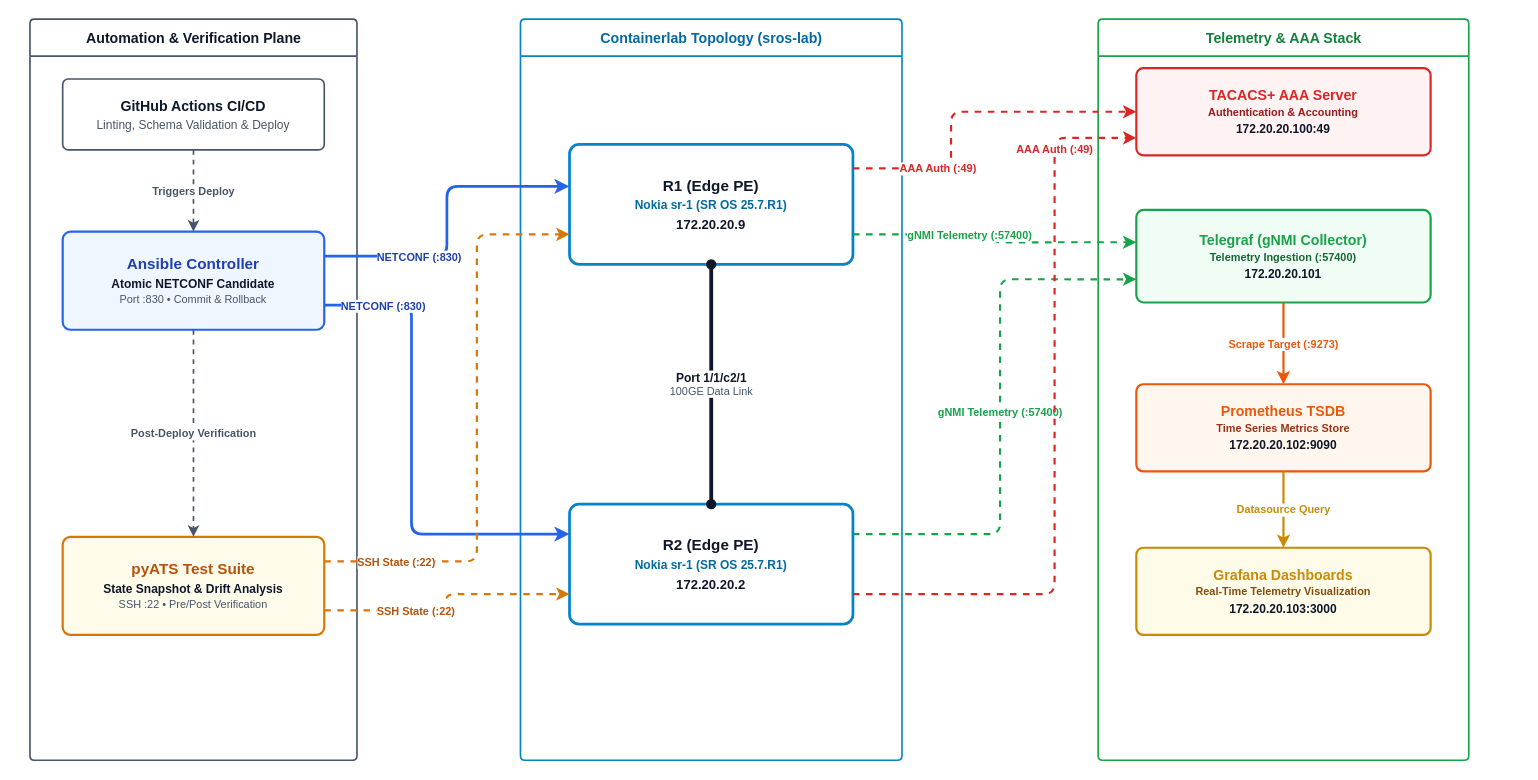
dennis-3/sros-automation-starter keeps this draw.io diagram as docs/architecture.drawio. Above is the earlier version. Source tidied: cells renumbered, new cells numbered last; positions are measured from the earlier drawing's top-left corner, leaving out a move shared by most shapes. Both pictures are drawn from the tidied source at 109%, with x=0, y=0 at pixel (29, 19).
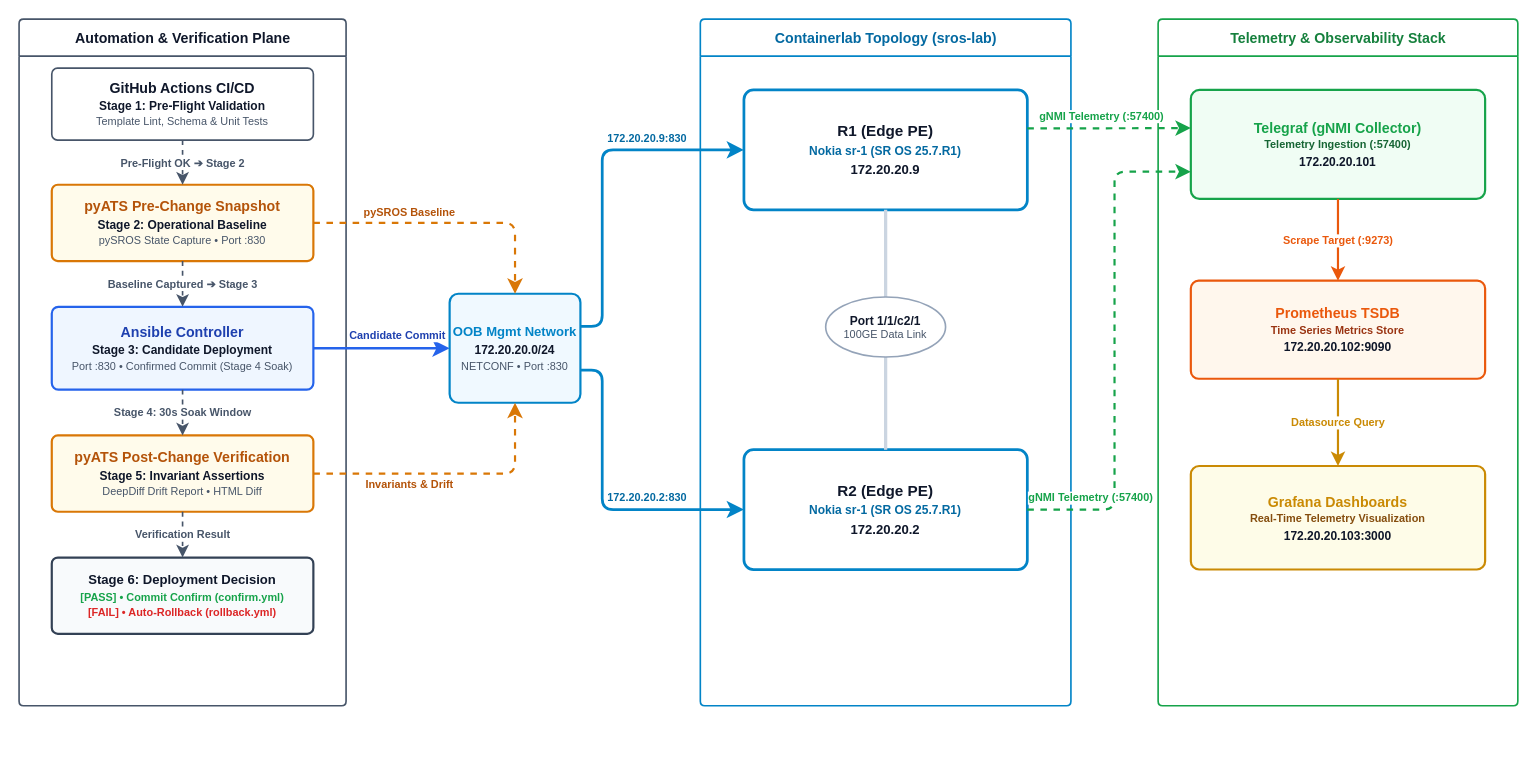
Above is the later version.

The edit, as a diff of the source:
```diff
@@
     <mxCell id="2" value="Automation &amp;amp; Verification Plane" style="swimlane;startSize=34;fillColor=none;strokeColor=#475569;strokeWidth=1.5;fontStyle=1;fontSize=13;fontColor=#0F172A;rounded=1;arcSize=4;html=1;" parent="1" vertex="1">
-      <mxGeometry width="300" height="680" as="geometry" />
+      <mxGeometry x="-10" width="300" height="630" as="geometry" />
     </mxCell>
-    <mxCell id="3" value="&lt;div style=&quot;font-weight:bold;font-size:13px;color:#0F172A;&quot;&gt;GitHub Actions CI/CD&lt;/div&gt;&lt;div style=&quot;font-size:11px;color:#475569;margin-top:3px;&quot;&gt;Linting, Schema Validation &amp;amp; Deploy&lt;/div&gt;" style="rounded=1;whiteSpace=wrap;html=1;fillColor=#FFFFFF;strokeColor=#475569;strokeWidth=1.5;fontColor=#0F172A;arcSize=8;" parent="2" vertex="1">
-      <mxGeometry x="30" y="55" width="240" height="65" as="geometry" />
+    <mxCell id="3" value="&lt;div style=&quot;font-weight:bold;font-size:13px;color:#0F172A;&quot;&gt;GitHub Actions CI/CD&lt;/div&gt;&lt;div style=&quot;font-size:11px;font-weight:600;color:#0F172A;margin-top:2px;&quot;&gt;Stage 1: Pre-Flight Validation&lt;/div&gt;&lt;div style=&quot;font-size:10px;color:#475569;margin-top:2px;&quot;&gt;Template Lint, Schema &amp;amp; Unit Tests&lt;/div&gt;" style="rounded=1;whiteSpace=wrap;html=1;fillColor=#FFFFFF;strokeColor=#475569;strokeWidth=1.5;fontColor=#0F172A;arcSize=8;" parent="2" vertex="1">
+      <mxGeometry x="30" y="45" width="240" height="66" as="geometry" />
     </mxCell>
+    <mxCell id="27" value="&lt;div style=&quot;font-weight:bold;font-size:13px;color:#B45309;&quot;&gt;pyATS Pre-Change Snapshot&lt;/div&gt;&lt;div style=&quot;font-size:11px;font-weight:600;color:#0F172A;margin-top:2px;&quot;&gt;Stage 2: Operational Baseline&lt;/div&gt;&lt;div style=&quot;font-size:10px;color:#475569;margin-top:2px;&quot;&gt;pySROS State Capture &amp;bull; Port :830&lt;/div&gt;" style="rounded=1;whiteSpace=wrap;html=1;fillColor=#FFFBEB;strokeColor=#D97706;strokeWidth=2;fontColor=#0F172A;arcSize=8;" parent="2" vertex="1">
+      <mxGeometry x="30" y="152" width="240" height="70" as="geometry" />
+    </mxCell>
-    <mxCell id="4" value="&lt;div style=&quot;font-weight:bold;font-size:14px;color:#1E40AF;&quot;&gt;Ansible Controller&lt;/div&gt;&lt;div style=&quot;font-size:11px;font-weight:600;color:#0F172A;margin-top:3px;&quot;&gt;Atomic NETCONF Candidate&lt;/div&gt;&lt;div style=&quot;font-size:10px;color:#475569;margin-top:2px;&quot;&gt;Port :830 &amp;bull; Commit &amp;amp; Rollback&lt;/div&gt;" style="rounded=1;whiteSpace=wrap;html=1;fillColor=#EFF6FF;strokeColor=#2563EB;strokeWidth=2;fontColor=#0F172A;arcSize=8;" parent="2" vertex="1">
-      <mxGeometry x="30" y="195" width="240" height="90" as="geometry" />
+    <mxCell id="4" value="&lt;div style=&quot;font-weight:bold;font-size:13px;color:#1E40AF;&quot;&gt;Ansible Controller&lt;/div&gt;&lt;div style=&quot;font-size:11px;font-weight:600;color:#0F172A;margin-top:2px;&quot;&gt;Stage 3: Candidate Deployment&lt;/div&gt;&lt;div style=&quot;font-size:10px;color:#475569;margin-top:2px;&quot;&gt;Port :830 &amp;bull; Confirmed Commit (Stage 4 Soak)&lt;/div&gt;" style="rounded=1;whiteSpace=wrap;html=1;fillColor=#EFF6FF;strokeColor=#2563EB;strokeWidth=2;fontColor=#0F172A;arcSize=8;" parent="2" vertex="1">
+      <mxGeometry x="30" y="264" width="240" height="76" as="geometry" />
     </mxCell>
-    <mxCell id="5" value="&lt;div style=&quot;font-weight:bold;font-size:14px;color:#B45309;&quot;&gt;pyATS Test Suite&lt;/div&gt;&lt;div style=&quot;font-size:11px;font-weight:600;color:#0F172A;margin-top:3px;&quot;&gt;State Snapshot &amp;amp; Drift Analysis&lt;/div&gt;&lt;div style=&quot;font-size:10px;color:#475569;margin-top:2px;&quot;&gt;SSH :22 &amp;bull; Pre/Post Verification&lt;/div&gt;" style="rounded=1;whiteSpace=wrap;html=1;fillColor=#FFFBEB;strokeColor=#D97706;strokeWidth=2;fontColor=#0F172A;arcSize=8;" parent="2" vertex="1">
-      <mxGeometry x="30" y="475" width="240" height="90" as="geometry" />
-    </mxCell>
-    <mxCell id="6" value="Triggers Deploy" style="edgeStyle=orthogonalEdgeStyle;rounded=1;strokeWidth=1.5;strokeColor=#475569;dashed=1;fontColor=#475569;fontSize=10;fontStyle=1;html=1;" parent="2" edge="1" source="3" target="4">
-      <mxGeometry relative="1" as="geometry" />
-    </mxCell>
-    <mxCell id="7" value="Post-Deploy Verification" style="edgeStyle=orthogonalEdgeStyle;rounded=1;strokeWidth=1.5;strokeColor=#475569;dashed=1;fontColor=#475569;fontSize=10;fontStyle=1;html=1;" parent="2" edge="1" source="4" target="5">
-      <mxGeometry relative="1" as="geometry" />
-    </mxCell>
+    <mxCell id="28" value="&lt;div style=&quot;font-weight:bold;font-size:13px;color:#B45309;&quot;&gt;pyATS Post-Change Verification&lt;/div&gt;&lt;div style=&quot;font-size:11px;font-weight:600;color:#0F172A;margin-top:2px;&quot;&gt;Stage 5: Invariant Assertions&lt;/div&gt;&lt;div style=&quot;font-size:10px;color:#475569;margin-top:2px;&quot;&gt;DeepDiff Drift Report &amp;bull; HTML Diff&lt;/div&gt;" style="rounded=1;whiteSpace=wrap;html=1;fillColor=#FFFBEB;strokeColor=#D97706;strokeWidth=2;fontColor=#0F172A;arcSize=8;" parent="2" vertex="1">
+      <mxGeometry x="30" y="382" width="240" height="70" as="geometry" />
+    </mxCell>
+    <mxCell id="29" value="&lt;div style=&quot;font-weight:bold;font-size:12px;color:#0F172A;&quot;&gt;Stage 6: Deployment Decision&lt;/div&gt;&lt;div style=&quot;font-size:10px;font-weight:600;color:#16A34A;margin-top:3px;&quot;&gt;[PASS] &amp;bull; Commit Confirm (confirm.yml)&lt;/div&gt;&lt;div style=&quot;font-size:10px;font-weight:600;color:#DC2626;margin-top:2px;&quot;&gt;[FAIL] &amp;bull; Auto-Rollback (rollback.yml)&lt;/div&gt;" style="rounded=1;whiteSpace=wrap;html=1;fillColor=#F8FAFC;strokeColor=#334155;strokeWidth=2;fontColor=#0F172A;arcSize=8;" parent="2" vertex="1">
+      <mxGeometry x="30" y="494" width="240" height="70" as="geometry" />
+    </mxCell>
+    <mxCell id="30" value="Pre-Flight OK ➔ Stage 2" style="edgeStyle=orthogonalEdgeStyle;rounded=1;strokeWidth=1.5;strokeColor=#475569;dashed=1;fontColor=#475569;fontSize=10;fontStyle=1;labelBackgroundColor=#ffffff;endArrow=classic;endFill=1;endSize=7;html=1;" parent="2" edge="1" source="3" target="27">
+      <mxGeometry relative="1" as="geometry" />
+    </mxCell>
+    <mxCell id="31" value="Baseline Captured ➔ Stage 3" style="edgeStyle=orthogonalEdgeStyle;rounded=1;strokeWidth=1.5;strokeColor=#475569;dashed=1;fontColor=#475569;fontSize=10;fontStyle=1;labelBackgroundColor=#ffffff;endArrow=classic;endFill=1;endSize=7;html=1;" parent="2" edge="1" source="27" target="4">
+      <mxGeometry relative="1" as="geometry" />
+    </mxCell>
+    <mxCell id="32" value="Stage 4: 30s Soak Window" style="edgeStyle=orthogonalEdgeStyle;rounded=1;strokeWidth=1.5;strokeColor=#475569;dashed=1;fontColor=#475569;fontSize=10;fontStyle=1;labelBackgroundColor=#ffffff;endArrow=classic;endFill=1;endSize=7;html=1;" parent="2" edge="1" source="4" target="28">
+      <mxGeometry relative="1" as="geometry" />
+    </mxCell>
+    <mxCell id="33" value="Verification Result" style="edgeStyle=orthogonalEdgeStyle;rounded=1;strokeWidth=1.5;strokeColor=#475569;dashed=1;fontColor=#475569;fontSize=10;fontStyle=1;labelBackgroundColor=#ffffff;endArrow=classic;endFill=1;endSize=7;html=1;" parent="2" edge="1" source="28" target="29">
+      <mxGeometry relative="1" as="geometry" />
+    </mxCell>
+    <mxCell id="34" value="&lt;div style=&quot;font-weight:bold;font-size:12px;color:#0284C7;&quot;&gt;OOB Mgmt Network&lt;/div&gt;&lt;div style=&quot;font-size:11px;font-weight:600;color:#0F172A;margin-top:3px;&quot;&gt;172.20.20.0/24&lt;/div&gt;&lt;div style=&quot;font-size:10px;color:#475569;margin-top:2px;&quot;&gt;NETCONF &amp;bull; Port :830&lt;/div&gt;" style="rounded=1;whiteSpace=wrap;html=1;fillColor=#F0F9FF;strokeColor=#0284C7;strokeWidth=2;fontColor=#0F172A;arcSize=8;" parent="1" vertex="1">
+      <mxGeometry x="385" y="252" width="120" height="100" as="geometry" />
+    </mxCell>
+    <mxCell id="35" value="pySROS Baseline" style="edgeStyle=orthogonalEdgeStyle;dashed=1;rounded=1;strokeWidth=2;strokeColor=#D97706;fontColor=#B45309;fontSize=10;fontStyle=1;labelBackgroundColor=#ffffff;endArrow=classic;endFill=1;endSize=8;exitX=1;exitY=0.5;exitDx=0;exitDy=0;entryX=0.5;entryY=0;entryDx=0;entryDy=0;html=1;" parent="1" edge="1" source="27" target="34">
+      <mxGeometry x="-0.3" relative="1" as="geometry">
+        <Array as="points">
+          <mxPoint x="445" y="187" />
+        </Array>
+        <mxPoint y="-10" as="offset" />
+      </mxGeometry>
+    </mxCell>
+    <mxCell id="36" value="Candidate Commit" style="edgeStyle=orthogonalEdgeStyle;rounded=1;strokeWidth=2.5;strokeColor=#2563EB;fontColor=#1E40AF;fontSize=10;fontStyle=1;labelBackgroundColor=#ffffff;endArrow=classic;endFill=1;endSize=8;exitX=1;exitY=0.5;exitDx=0;exitDy=0;entryX=0;entryY=0.5;entryDx=0;entryDy=0;html=1;" parent="1" edge="1" source="4" target="34">
+      <mxGeometry x="0.23" relative="1" as="geometry">
+        <mxPoint y="-12" as="offset" />
+      </mxGeometry>
+    </mxCell>
+    <mxCell id="37" value="Invariants &amp;amp; Drift" style="edgeStyle=orthogonalEdgeStyle;dashed=1;rounded=1;strokeWidth=2;strokeColor=#D97706;fontColor=#B45309;fontSize=10;fontStyle=1;labelBackgroundColor=#ffffff;endArrow=classic;endFill=1;endSize=8;exitX=1;exitY=0.5;exitDx=0;exitDy=0;entryX=0.5;entryY=1;entryDx=0;entryDy=0;html=1;" parent="1" edge="1" source="28" target="34">
+      <mxGeometry x="-0.3" relative="1" as="geometry">
+        <Array as="points">
+          <mxPoint x="445" y="417" />
+        </Array>
+        <mxPoint y="10" as="offset" />
+      </mxGeometry>
+    </mxCell>
+    <mxCell id="38" value="172.20.20.9:830" style="edgeStyle=orthogonalEdgeStyle;rounded=1;strokeWidth=2.5;strokeColor=#0284C7;fontColor=#0369A1;fontSize=10;fontStyle=1;labelBackgroundColor=#ffffff;endArrow=classic;endFill=1;endSize=8;exitX=1;exitY=0.3;exitDx=0;exitDy=0;entryX=0;entryY=0.5;entryDx=0;entryDy=0;html=1;" parent="1" edge="1" source="34" target="9">
+      <mxGeometry x="0.43" relative="1" as="geometry">
+        <Array as="points">
+          <mxPoint x="525" y="282" />
+          <mxPoint x="525" y="120" />
+        </Array>
+        <mxPoint y="-11" as="offset" />
+      </mxGeometry>
+    </mxCell>
+    <mxCell id="39" value="172.20.20.2:830" style="edgeStyle=orthogonalEdgeStyle;rounded=1;strokeWidth=2.5;strokeColor=#0284C7;fontColor=#0369A1;fontSize=10;fontStyle=1;labelBackgroundColor=#ffffff;endArrow=classic;endFill=1;endSize=8;exitX=1;exitY=0.7;exitDx=0;exitDy=0;entryX=0;entryY=0.5;entryDx=0;entryDy=0;html=1;" parent="1" edge="1" source="34" target="10">
+      <mxGeometry x="0.36" relative="1" as="geometry">
+        <Array as="points">
+          <mxPoint x="525" y="322" />
+          <mxPoint x="525" y="450" />
+        </Array>
+        <mxPoint y="-11" as="offset" />
+      </mxGeometry>
+    </mxCell>
     <mxCell id="8" value="Containerlab Topology (sros-lab)" style="swimlane;startSize=34;fillColor=none;strokeColor=#0284C7;strokeWidth=1.5;fontStyle=1;fontSize=13;fontColor=#0369A1;rounded=1;arcSize=4;html=1;" parent="1" vertex="1">
-      <mxGeometry x="450" width="350" height="680" as="geometry" />
+      <mxGeometry x="615" width="340" height="630" as="geometry" />
     </mxCell>
     <mxCell id="9" value="&lt;div style=&quot;font-weight:bold;font-size:14px;color:#0F172A;&quot;&gt;R1 (Edge PE)&lt;/div&gt;&lt;div style=&quot;font-size:11px;font-weight:600;color:#0369A1;margin-top:3px;&quot;&gt;Nokia sr-1 (SR OS 25.7.R1)&lt;/div&gt;&lt;div style=&quot;font-weight:bold;font-size:12px;color:#0F172A;margin-top:4px;&quot;&gt;172.20.20.9&lt;/div&gt;" style="rounded=1;whiteSpace=wrap;html=1;fillColor=#FFFFFF;strokeColor=#0284C7;strokeWidth=2.5;fontColor=#0F172A;arcSize=8;" parent="8" vertex="1">
-      <mxGeometry x="45" y="115" width="260" height="110" as="geometry" />
+      <mxGeometry x="40" y="65" width="260" height="110" as="geometry" />
     </mxCell>
     <mxCell id="10" value="&lt;div style=&quot;font-weight:bold;font-size:14px;color:#0F172A;&quot;&gt;R2 (Edge PE)&lt;/div&gt;&lt;div style=&quot;font-size:11px;font-weight:600;color:#0369A1;margin-top:3px;&quot;&gt;Nokia sr-1 (SR OS 25.7.R1)&lt;/div&gt;&lt;div style=&quot;font-weight:bold;font-size:12px;color:#0F172A;margin-top:4px;&quot;&gt;172.20.20.2&lt;/div&gt;" style="rounded=1;whiteSpace=wrap;html=1;fillColor=#FFFFFF;strokeColor=#0284C7;strokeWidth=2.5;fontColor=#0F172A;arcSize=8;" parent="8" vertex="1">
-      <mxGeometry x="45" y="445" width="260" height="110" as="geometry" />
+      <mxGeometry x="40" y="395" width="260" height="110" as="geometry" />
     </mxCell>
+    <mxCell id="40" style="endArrow=none;html=1;strokeWidth=3;strokeColor=#CBD5E1;exitX=0.5;exitY=1;exitDx=0;exitDy=0;entryX=0.5;entryY=0;entryDx=0;entryDy=0;" parent="8" edge="1" source="9" target="10">
+      <mxGeometry relative="1" as="geometry" />
+    </mxCell>
-    <mxCell id="11" value="&lt;div style=&quot;font-weight:bold;font-size:11px;color:#0F172A;&quot;&gt;Port 1/1/c2/1&lt;/div&gt;&lt;div style=&quot;font-size:10px;color:#475569;&quot;&gt;100GE Data Link&lt;/div&gt;" style="endArrow=oval;startArrow=oval;endFill=1;startFill=1;strokeWidth=3.5;strokeColor=#0F172A;fontColor=#0F172A;html=1;" parent="8" edge="1" source="9" target="10">
-      <mxGeometry relative="1" as="geometry" />
+    <mxCell id="11" value="&lt;div style=&quot;font-weight:bold;font-size:11px;color:#0F172A;&quot;&gt;Port 1/1/c2/1&lt;/div&gt;&lt;div style=&quot;font-size:10px;color:#475569;&quot;&gt;100GE Data Link&lt;/div&gt;" style="shape=ellipse;whiteSpace=wrap;html=1;fillColor=#FFFFFF;strokeColor=#94A3B8;strokeWidth=1.5;fontColor=#0F172A;" parent="8" vertex="1">
+      <mxGeometry x="115" y="255" width="110" height="55" as="geometry" />
     </mxCell>
-    <mxCell id="12" value="Telemetry &amp;amp; AAA Stack" style="swimlane;startSize=34;fillColor=none;strokeColor=#16A34A;strokeWidth=1.5;fontStyle=1;fontSize=13;fontColor=#15803D;rounded=1;arcSize=4;html=1;" parent="1" vertex="1">
-      <mxGeometry x="980" width="340" height="680" as="geometry" />
+    <mxCell id="12" value="Telemetry &amp;amp; Observability Stack" style="swimlane;startSize=34;fillColor=none;strokeColor=#16A34A;strokeWidth=1.5;fontStyle=1;fontSize=13;fontColor=#15803D;rounded=1;arcSize=4;html=1;" parent="1" vertex="1">
+      <mxGeometry x="1035" width="330" height="630" as="geometry" />
     </mxCell>
-    <mxCell id="13" value="&lt;div style=&quot;font-weight:bold;font-size:13px;color:#DC2626;&quot;&gt;TACACS+ AAA Server&lt;/div&gt;&lt;div style=&quot;font-size:10px;font-weight:600;color:#991B1B;margin-top:2px;&quot;&gt;Authentication &amp;amp; Accounting&lt;/div&gt;&lt;div style=&quot;font-weight:bold;font-size:11px;color:#0F172A;margin-top:3px;&quot;&gt;172.20.20.100:49&lt;/div&gt;" style="rounded=1;whiteSpace=wrap;html=1;fillColor=#FEF2F2;strokeColor=#DC2626;strokeWidth=2;fontColor=#0F172A;arcSize=8;" parent="12" vertex="1">
-      <mxGeometry x="35" y="45" width="270" height="80" as="geometry" />
-    </mxCell>
     <mxCell id="14" value="&lt;div style=&quot;font-weight:bold;font-size:13px;color:#16A34A;&quot;&gt;Telegraf (gNMI Collector)&lt;/div&gt;&lt;div style=&quot;font-size:10px;font-weight:600;color:#166534;margin-top:2px;&quot;&gt;Telemetry Ingestion (:57400)&lt;/div&gt;&lt;div style=&quot;font-weight:bold;font-size:11px;color:#0F172A;margin-top:3px;&quot;&gt;172.20.20.101&lt;/div&gt;" style="rounded=1;whiteSpace=wrap;html=1;fillColor=#F0FDF4;strokeColor=#16A34A;strokeWidth=2;fontColor=#0F172A;arcSize=8;" parent="12" vertex="1">
-      <mxGeometry x="35" y="175" width="270" height="85" as="geometry" />
+      <mxGeometry x="30" y="65" width="270" height="100" as="geometry" />
     </mxCell>
     <mxCell id="15" value="&lt;div style=&quot;font-weight:bold;font-size:13px;color:#EA580C;&quot;&gt;Prometheus TSDB&lt;/div&gt;&lt;div style=&quot;font-size:10px;font-weight:600;color:#9A3412;margin-top:2px;&quot;&gt;Time Series Metrics Store&lt;/div&gt;&lt;div style=&quot;font-weight:bold;font-size:11px;color:#0F172A;margin-top:3px;&quot;&gt;172.20.20.102:9090&lt;/div&gt;" style="rounded=1;whiteSpace=wrap;html=1;fillColor=#FFF7ED;strokeColor=#EA580C;strokeWidth=2;fontColor=#0F172A;arcSize=8;" parent="12" vertex="1">
-      <mxGeometry x="35" y="335" width="270" height="80" as="geometry" />
+      <mxGeometry x="30" y="240" width="270" height="90" as="geometry" />
     </mxCell>
     <mxCell id="16" value="&lt;div style=&quot;font-weight:bold;font-size:13px;color:#CA8A04;&quot;&gt;Grafana Dashboards&lt;/div&gt;&lt;div style=&quot;font-size:10px;font-weight:600;color:#854D0E;margin-top:2px;&quot;&gt;Real-Time Telemetry Visualization&lt;/div&gt;&lt;div style=&quot;font-weight:bold;font-size:11px;color:#0F172A;margin-top:3px;&quot;&gt;172.20.20.103:3000&lt;/div&gt;" style="rounded=1;whiteSpace=wrap;html=1;fillColor=#FEFCE8;strokeColor=#CA8A04;strokeWidth=2;fontColor=#0F172A;arcSize=8;" parent="12" vertex="1">
-      <mxGeometry x="35" y="485" width="270" height="80" as="geometry" />
+      <mxGeometry x="30" y="410" width="270" height="95" as="geometry" />
     </mxCell>
-    <mxCell id="17" value="Scrape Target (:9273)" style="edgeStyle=orthogonalEdgeStyle;rounded=1;strokeWidth=2;strokeColor=#EA580C;fontColor=#EA580C;fontSize=10;fontStyle=1;html=1;" parent="12" edge="1" source="14" target="15">
+    <mxCell id="17" value="Scrape Target (:9273)" style="edgeStyle=orthogonalEdgeStyle;rounded=1;strokeWidth=2;strokeColor=#EA580C;fontColor=#EA580C;fontSize=10;fontStyle=1;labelBackgroundColor=#ffffff;endArrow=classic;endFill=1;endSize=7;html=1;" parent="12" edge="1" source="14" target="15">
       <mxGeometry relative="1" as="geometry" />
     </mxCell>
-    <mxCell id="18" value="Datasource Query" style="edgeStyle=orthogonalEdgeStyle;rounded=1;strokeWidth=2;strokeColor=#CA8A04;fontColor=#CA8A04;fontSize=10;fontStyle=1;html=1;" parent="12" edge="1" source="15" target="16">
+    <mxCell id="18" value="Datasource Query" style="edgeStyle=orthogonalEdgeStyle;rounded=1;strokeWidth=2;strokeColor=#CA8A04;fontColor=#CA8A04;fontSize=10;fontStyle=1;labelBackgroundColor=#ffffff;endArrow=classic;endFill=1;endSize=7;html=1;" parent="12" edge="1" source="15" target="16">
       <mxGeometry relative="1" as="geometry" />
     </mxCell>
-    <mxCell id="19" value="NETCONF (:830)" style="edgeStyle=orthogonalEdgeStyle;rounded=1;strokeWidth=2.5;strokeColor=#2563EB;fontColor=#1E40AF;fontSize=10;fontStyle=1;exitX=1;exitY=0.25;exitDx=0;exitDy=0;entryX=0;entryY=0.35;entryDx=0;entryDy=0;html=1;" parent="1" edge="1" source="4" target="9">
-      <mxGeometry x="-0.4" relative="1" as="geometry" />
-    </mxCell>
-    <mxCell id="20" value="NETCONF (:830)" style="edgeStyle=orthogonalEdgeStyle;rounded=1;strokeWidth=2.5;strokeColor=#2563EB;fontColor=#1E40AF;fontSize=10;fontStyle=1;exitX=1;exitY=0.75;exitDx=0;exitDy=0;entryX=0;entryY=0.25;entryDx=0;entryDy=0;html=1;" parent="1" edge="1" source="4" target="10">
-      <mxGeometry x="-0.75" relative="1" as="geometry">
-        <Array as="points">
-          <mxPoint x="350" y="263" />
-          <mxPoint x="350" y="473" />
-        </Array>
-      </mxGeometry>
-    </mxCell>
-    <mxCell id="21" value="SSH State (:22)" style="edgeStyle=orthogonalEdgeStyle;dashed=1;rounded=1;strokeWidth=2;strokeColor=#D97706;fontColor=#B45309;fontSize=10;fontStyle=1;exitX=1;exitY=0.75;exitDx=0;exitDy=0;entryX=0;entryY=0.75;entryDx=0;entryDy=0;html=1;" parent="1" edge="1" source="5" target="10">
-      <mxGeometry x="-0.3" relative="1" as="geometry" />
-    </mxCell>
-    <mxCell id="22" value="SSH State (:22)" style="edgeStyle=orthogonalEdgeStyle;dashed=1;rounded=1;strokeWidth=2;strokeColor=#D97706;fontColor=#B45309;fontSize=10;fontStyle=1;exitX=1;exitY=0.25;exitDx=0;exitDy=0;entryX=0;entryY=0.75;entryDx=0;entryDy=0;html=1;" parent="1" edge="1" source="5" target="9">
-      <mxGeometry x="-0.75" relative="1" as="geometry">
-        <Array as="points">
-          <mxPoint x="410" y="498" />
-          <mxPoint x="410" y="198" />
-        </Array>
-      </mxGeometry>
-    </mxCell>
-    <mxCell id="23" value="AAA Auth (:49)" style="edgeStyle=orthogonalEdgeStyle;dashed=1;rounded=1;strokeWidth=2;strokeColor=#DC2626;fontColor=#DC2626;fontSize=10;fontStyle=1;exitX=1;exitY=0.2;exitDx=0;exitDy=0;entryX=0;entryY=0.5;entryDx=0;entryDy=0;html=1;" parent="1" edge="1" source="9" target="13">
-      <mxGeometry x="-0.5" relative="1" as="geometry">
-        <Array as="points">
-          <mxPoint x="845" y="137" />
-          <mxPoint x="845" y="85" />
-        </Array>
-      </mxGeometry>
-    </mxCell>
-    <mxCell id="24" value="gNMI Telemetry (:57400)" style="edgeStyle=orthogonalEdgeStyle;dashed=1;rounded=1;strokeWidth=2;strokeColor=#16A34A;fontColor=#16A34A;fontSize=10;fontStyle=1;exitX=1;exitY=0.75;exitDx=0;exitDy=0;entryX=0;entryY=0.35;entryDx=0;entryDy=0;html=1;" parent="1" edge="1" source="9" target="14">
-      <mxGeometry x="-0.2" relative="1" as="geometry" />
+    <mxCell id="24" value="gNMI Telemetry (:57400)" style="edgeStyle=orthogonalEdgeStyle;dashed=1;rounded=1;strokeWidth=2;strokeColor=#16A34A;fontColor=#16A34A;fontSize=10;fontStyle=1;labelBackgroundColor=#ffffff;endArrow=classic;endFill=1;endSize=8;exitX=1;exitY=0.32;exitDx=0;exitDy=0;entryX=0;entryY=0.35;entryDx=0;entryDy=0;html=1;" parent="1" edge="1" source="9" target="14">
+      <mxGeometry x="-0.1" relative="1" as="geometry">
+        <mxPoint y="-11" as="offset" />
+      </mxGeometry>
     </mxCell>
-    <mxCell id="25" value="gNMI Telemetry (:57400)" style="edgeStyle=orthogonalEdgeStyle;dashed=1;rounded=1;strokeWidth=2;strokeColor=#16A34A;fontColor=#16A34A;fontSize=10;fontStyle=1;exitX=1;exitY=0.25;exitDx=0;exitDy=0;entryX=0;entryY=0.75;entryDx=0;entryDy=0;html=1;" parent="1" edge="1" source="10" target="14">
-      <mxGeometry relative="1" as="geometry">
+    <mxCell id="25" value="gNMI Telemetry (:57400)" style="edgeStyle=orthogonalEdgeStyle;dashed=1;rounded=1;strokeWidth=2;strokeColor=#16A34A;fontColor=#16A34A;fontSize=10;fontStyle=1;labelBackgroundColor=#ffffff;endArrow=classic;endFill=1;endSize=8;exitX=1;exitY=0.5;exitDx=0;exitDy=0;entryX=0;entryY=0.75;entryDx=0;entryDy=0;html=1;" parent="1" edge="1" source="10" target="14">
+      <mxGeometry x="-0.75" relative="1" as="geometry">
         <Array as="points">
-          <mxPoint x="890" y="473" />
-          <mxPoint x="890" y="239" />
+          <mxPoint x="995" y="450" />
+          <mxPoint x="995" y="140" />
         </Array>
+        <mxPoint y="-11" as="offset" />
       </mxGeometry>
     </mxCell>
-    <mxCell id="26" value="AAA Auth (:49)" style="edgeStyle=orthogonalEdgeStyle;dashed=1;rounded=1;strokeWidth=2;strokeColor=#DC2626;fontColor=#DC2626;fontSize=10;fontStyle=1;exitX=1;exitY=0.75;exitDx=0;exitDy=0;entryX=0;entryY=0.8;entryDx=0;entryDy=0;html=1;" parent="1" edge="1" source="10" target="13">
-      <mxGeometry x="0.75" relative="1" as="geometry">
-        <Array as="points">
-          <mxPoint x="940" y="528" />
-          <mxPoint x="940" y="109" />
-        </Array>
-      </mxGeometry>
-    </mxCell>
```
